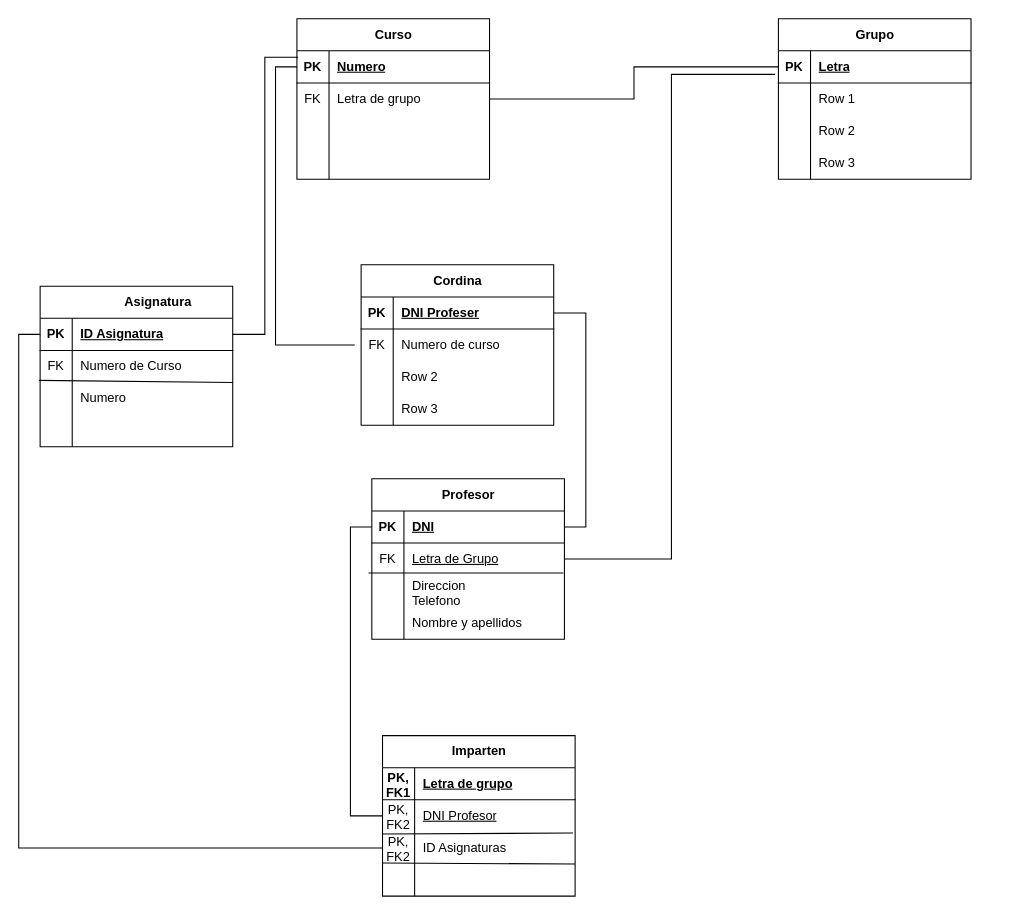
The draw.io diagram Unidad1/Tareas/MR Tarea2/Untitled Diagram.drawio in JVC0/Base-Datos, before the edit. Source tidied: cells renumbered, new cells numbered last; positions are measured from the earlier drawing's top-left corner, leaving out a move shared by most shapes. Both pictures are drawn from the tidied source at 107%, with x=0, y=0 at pixel (40, 18).
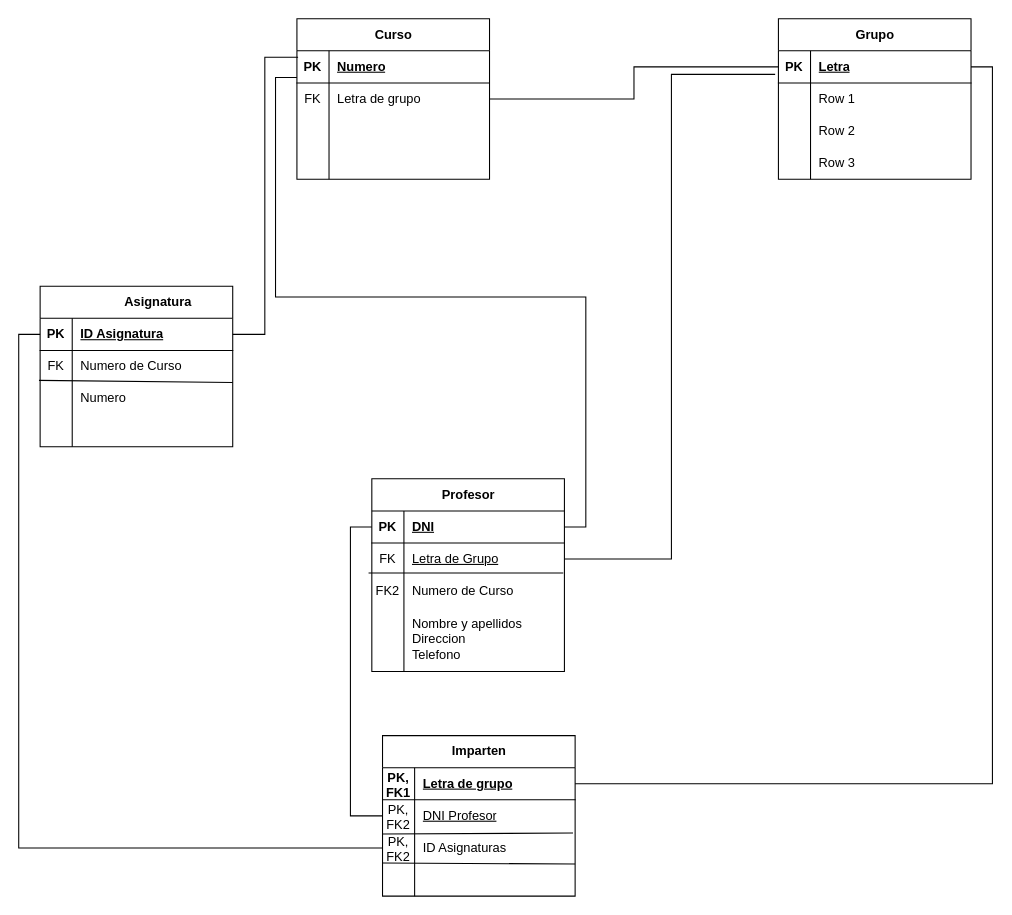
The same page after the edit.

Unchanged cells that the change refers to:
```xml
<mxCell id="3" style="shape=tableRow;horizontal=0;startSize=0;swimlaneHead=0;swimlaneBody=0;fillColor=none;points=[[0,0.5],[1,0.5]];portConstraint=eastwest;top=0;left=0;right=0;bottom=1;" parent="2" vertex="1">
  <mxGeometry y="30" width="180" height="30" as="geometry" />
</mxCell>
<mxCell id="31" style="shape=tableRow;horizontal=0;startSize=0;swimlaneHead=0;swimlaneBody=0;fillColor=none;points=[[0,0.5],[1,0.5]];portConstraint=eastwest;top=0;left=0;right=0;bottom=1;" parent="30" vertex="1">
  <mxGeometry y="30" width="180" height="30" as="geometry" />
</mxCell>
<mxCell id="37" style="shape=tableRow;horizontal=0;startSize=0;swimlaneHead=0;swimlaneBody=0;fillColor=none;top=0;left=0;right=0;bottom=0;" parent="30" vertex="1">
  <mxGeometry y="90" width="180" height="30" as="geometry" />
</mxCell>
<mxCell id="60" style="shape=tableRow;horizontal=0;startSize=0;swimlaneHead=0;swimlaneBody=0;fillColor=none;points=[[0,0.5],[1,0.5]];portConstraint=eastwest;top=0;left=0;right=0;bottom=1;" parent="59" vertex="1">
  <mxGeometry y="30" width="180" height="30" as="geometry" />
</mxCell>
<mxCell id="75" style="shape=tableRow;horizontal=0;startSize=0;swimlaneHead=0;swimlaneBody=0;fillColor=none;points=[[0,0.5],[1,0.5]];portConstraint=eastwest;top=0;left=0;right=0;bottom=1;" parent="74" vertex="1">
  <mxGeometry y="30" width="180" height="30" as="geometry" />
</mxCell>
```

What changed in the source:
```diff
@@
     <mxCell id="30" value="Profesor" style="shape=table;startSize=30;childLayout=tableLayout;rowLines=0;fontStyle=1;align=center;html=1;" parent="1" vertex="1">
-      <mxGeometry x="310" y="430" width="180" height="150" as="geometry" />
+      <mxGeometry x="310" y="430" width="180" height="180" as="geometry" />
     </mxCell>
@@
-    <mxCell id="38" style="shape=partialRectangle;fillColor=none;top=0;left=0;bottom=0;right=0;overflow=hidden;whiteSpace=wrap;html=1;" parent="37" vertex="1">
+    <mxCell id="38" value="FK2" style="shape=partialRectangle;fillColor=none;top=0;left=0;bottom=0;right=0;overflow=hidden;whiteSpace=wrap;html=1;" parent="37" vertex="1">
       <mxGeometry width="30" height="30" as="geometry" />
     </mxCell>
-    <mxCell id="39" value="Direccion&lt;br&gt;Telefono" style="shape=partialRectangle;fillColor=none;top=0;left=0;bottom=0;right=0;align=left;spacingLeft=6;overflow=hidden;whiteSpace=wrap;html=1;" parent="37" vertex="1">
+    <mxCell id="39" value="Numero de Curso" style="shape=partialRectangle;fillColor=none;top=0;left=0;bottom=0;right=0;align=left;spacingLeft=6;overflow=hidden;whiteSpace=wrap;html=1;" parent="37" vertex="1">
       <mxGeometry x="30" width="150" height="30" as="geometry" />
     </mxCell>
     <mxCell id="40" style="shape=tableRow;horizontal=0;startSize=0;swimlaneHead=0;swimlaneBody=0;fillColor=none;top=0;left=0;right=0;bottom=0;" parent="30" vertex="1">
-      <mxGeometry y="120" width="180" height="30" as="geometry" />
+      <mxGeometry y="120" width="180" height="60" as="geometry" />
     </mxCell>
     <mxCell id="41" style="shape=partialRectangle;fillColor=none;top=0;left=0;bottom=0;right=0;overflow=hidden;whiteSpace=wrap;html=1;" parent="40" vertex="1">
-      <mxGeometry width="30" height="30" as="geometry" />
+      <mxGeometry width="30" height="60" as="geometry" />
     </mxCell>
-    <mxCell id="42" value="Nombre y apellidos" style="shape=partialRectangle;fillColor=none;top=0;left=0;bottom=0;right=0;align=left;spacingLeft=6;overflow=hidden;whiteSpace=wrap;html=1;" parent="40" vertex="1">
-      <mxGeometry x="30" width="150" height="30" as="geometry" />
+    <mxCell id="42" value="Nombre y apellidos&lt;br&gt;Direccion&lt;br style=&quot;border-color: var(--border-color);&quot;&gt;Telefono" style="shape=partialRectangle;fillColor=none;top=0;left=0;bottom=0;right=0;align=left;spacingLeft=6;overflow=hidden;whiteSpace=wrap;html=1;" parent="40" vertex="1">
+      <mxGeometry x="30" width="150" height="60" as="geometry" />
     </mxCell>
@@
-    <mxCell id="44" value="Cordina" style="shape=table;startSize=30;childLayout=tableLayout;rowLines=0;fontStyle=1;align=center;html=1;" parent="1" vertex="1">
-      <mxGeometry x="300" y="230" width="180" height="150" as="geometry" />
-    </mxCell>
-    <mxCell id="45" style="shape=tableRow;horizontal=0;startSize=0;swimlaneHead=0;swimlaneBody=0;fillColor=none;points=[[0,0.5],[1,0.5]];portConstraint=eastwest;top=0;left=0;right=0;bottom=1;" parent="44" vertex="1">
-      <mxGeometry y="30" width="180" height="30" as="geometry" />
-    </mxCell>
-    <mxCell id="46" value="PK" style="shape=partialRectangle;fillColor=none;top=0;left=0;bottom=0;right=0;fontStyle=1;overflow=hidden;whiteSpace=wrap;html=1;" parent="45" vertex="1">
-      <mxGeometry width="30" height="30" as="geometry" />
-    </mxCell>
-    <mxCell id="47" value="DNI Profeser" style="shape=partialRectangle;fillColor=none;top=0;left=0;bottom=0;right=0;align=left;spacingLeft=6;fontStyle=5;overflow=hidden;whiteSpace=wrap;html=1;" parent="45" vertex="1">
-      <mxGeometry x="30" width="150" height="30" as="geometry" />
-    </mxCell>
-    <mxCell id="48" style="shape=tableRow;horizontal=0;startSize=0;swimlaneHead=0;swimlaneBody=0;fillColor=none;points=[[0,0.5],[1,0.5]];portConstraint=eastwest;top=0;left=0;right=0;bottom=0;" parent="44" vertex="1">
-      <mxGeometry y="60" width="180" height="30" as="geometry" />
-    </mxCell>
-    <mxCell id="49" value="FK" style="shape=partialRectangle;fillColor=none;top=0;left=0;bottom=0;right=0;overflow=hidden;whiteSpace=wrap;html=1;" parent="48" vertex="1">
-      <mxGeometry width="30" height="30" as="geometry" />
-    </mxCell>
-    <mxCell id="50" value="Numero de curso" style="shape=partialRectangle;fillColor=none;top=0;left=0;bottom=0;right=0;align=left;spacingLeft=6;overflow=hidden;whiteSpace=wrap;html=1;" parent="48" vertex="1">
-      <mxGeometry x="30" width="150" height="30" as="geometry" />
-    </mxCell>
-    <mxCell id="51" style="shape=tableRow;horizontal=0;startSize=0;swimlaneHead=0;swimlaneBody=0;fillColor=none;top=0;left=0;right=0;bottom=0;" parent="44" vertex="1">
-      <mxGeometry y="90" width="180" height="30" as="geometry" />
-    </mxCell>
-    <mxCell id="52" style="shape=partialRectangle;fillColor=none;top=0;left=0;bottom=0;right=0;overflow=hidden;whiteSpace=wrap;html=1;" parent="51" vertex="1">
-      <mxGeometry width="30" height="30" as="geometry" />
-    </mxCell>
-    <mxCell id="53" value="Row 2" style="shape=partialRectangle;fillColor=none;top=0;left=0;bottom=0;right=0;align=left;spacingLeft=6;overflow=hidden;whiteSpace=wrap;html=1;" parent="51" vertex="1">
-      <mxGeometry x="30" width="150" height="30" as="geometry" />
-    </mxCell>
-    <mxCell id="54" style="shape=tableRow;horizontal=0;startSize=0;swimlaneHead=0;swimlaneBody=0;fillColor=none;top=0;left=0;right=0;bottom=0;" parent="44" vertex="1">
-      <mxGeometry y="120" width="180" height="30" as="geometry" />
-    </mxCell>
-    <mxCell id="55" style="shape=partialRectangle;fillColor=none;top=0;left=0;bottom=0;right=0;overflow=hidden;whiteSpace=wrap;html=1;" parent="54" vertex="1">
-      <mxGeometry width="30" height="30" as="geometry" />
-    </mxCell>
-    <mxCell id="56" value="Row 3" style="shape=partialRectangle;fillColor=none;top=0;left=0;bottom=0;right=0;align=left;spacingLeft=6;overflow=hidden;whiteSpace=wrap;html=1;" parent="54" vertex="1">
-      <mxGeometry x="30" width="150" height="30" as="geometry" />
-    </mxCell>
-    <mxCell id="57" style="edgeStyle=orthogonalEdgeStyle;rounded=0;jettySize=auto;html=1;entryX=-0.033;entryY=0.5;entryDx=0;entryDy=0;entryPerimeter=0;endArrow=none;endFill=0;exitX=0;exitY=0.5;exitDx=0;exitDy=0;" parent="1" edge="1" source="3" target="48">
-      <mxGeometry relative="1" as="geometry" />
-    </mxCell>
-    <mxCell id="58" style="edgeStyle=orthogonalEdgeStyle;rounded=0;jettySize=auto;html=1;entryX=1;entryY=0.5;entryDx=0;entryDy=0;endArrow=none;endFill=0;" parent="1" edge="1" source="45" target="31">
+    <mxCell id="58" style="edgeStyle=orthogonalEdgeStyle;rounded=0;jettySize=auto;html=1;entryX=1;entryY=0.5;entryDx=0;entryDy=0;endArrow=none;endFill=0;exitX=0;exitY=0.833;exitDx=0;exitDy=0;exitPerimeter=0;" parent="1" edge="1" source="3" target="31">
       <mxGeometry relative="1" as="geometry" />
     </mxCell>
@@
+    <mxCell id="91" style="edgeStyle=orthogonalEdgeStyle;rounded=0;jettySize=auto;html=1;entryX=1;entryY=0.5;entryDx=0;entryDy=0;endArrow=none;endFill=0;" parent="1" edge="1" source="75" target="60">
+      <mxGeometry relative="1" as="geometry" />
+    </mxCell>
```
